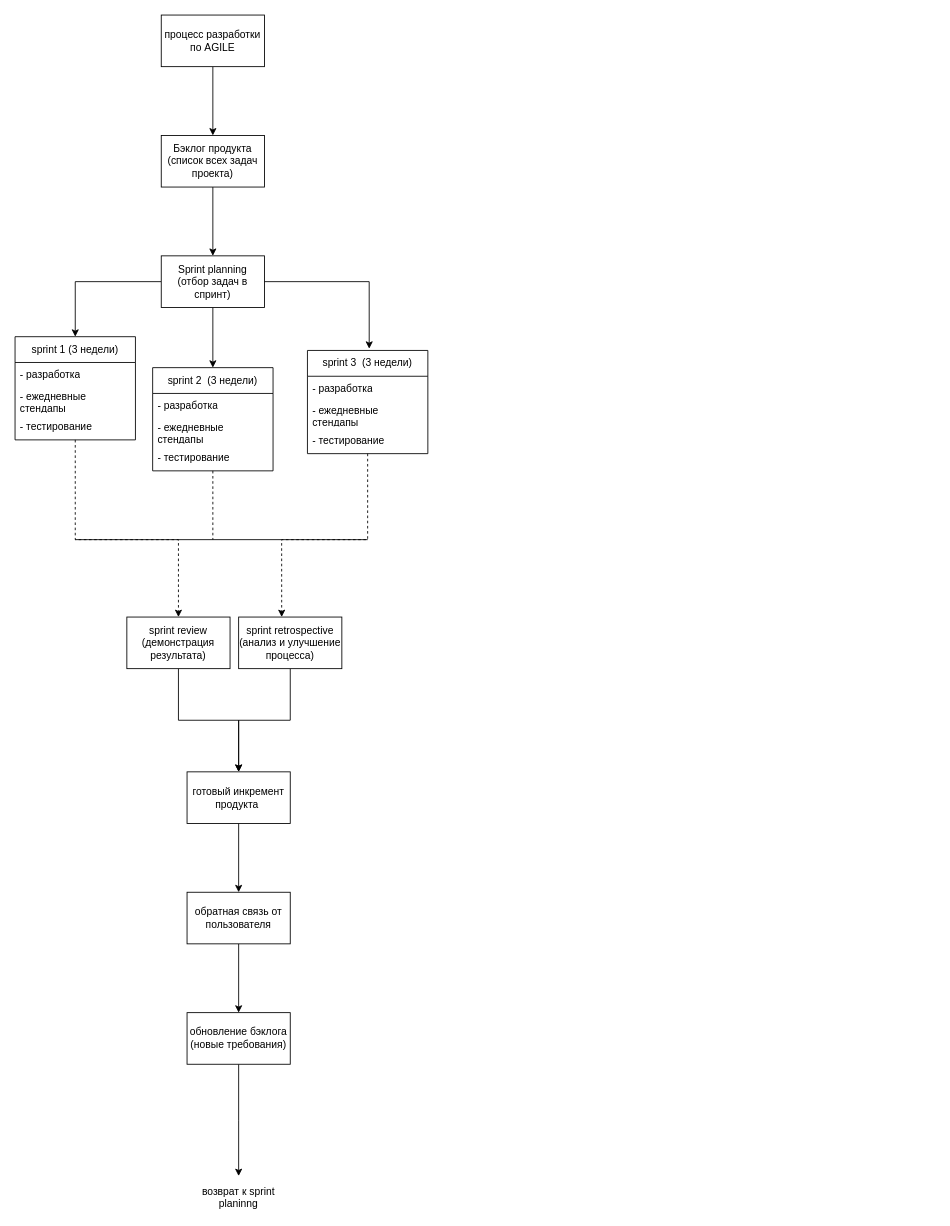
Above: page "Страница-1" (1 of 2) of практика AGILE.drawio in maska0/diagramm (draw.io), before the change. Source tidied: cells renumbered, new cells numbered last; positions are measured from the earlier drawing's top-left corner, leaving out a move shared by most shapes. Both pictures are drawn from the tidied source at 86%, with x=0, y=0 at pixel (15, 15).
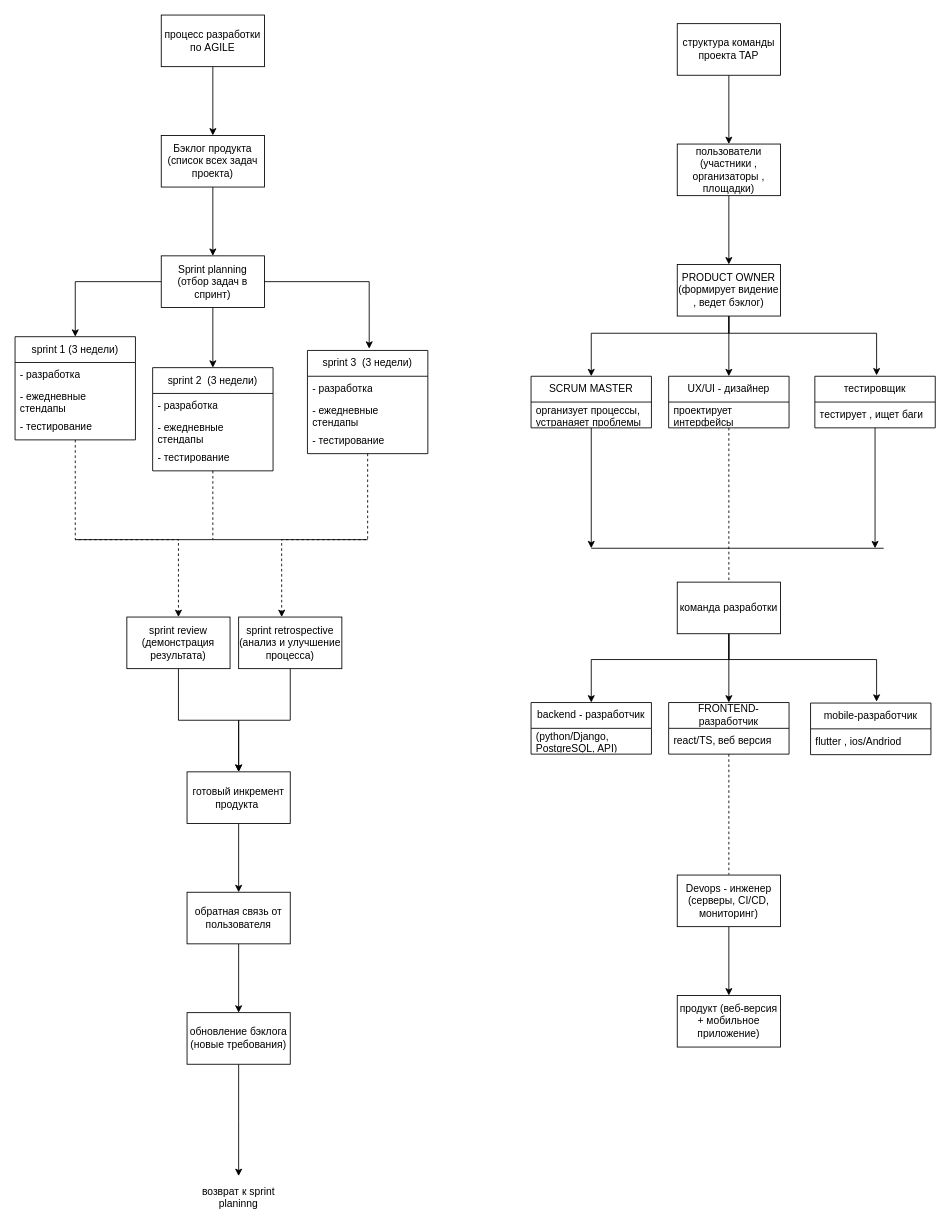
After the change.

Change to the diagram source:
```diff
@@
+    <mxCell id="37" style="edgeStyle=orthogonalEdgeStyle;rounded=0;jettySize=auto;html=1;" parent="1" edge="1" source="38" target="40">
+      <mxGeometry relative="1" as="geometry" />
+    </mxCell>
+    <mxCell id="38" value="cтруктура команды проекта TAP" style="rounded=0;whiteSpace=wrap;html=1;" parent="1" vertex="1">
+      <mxGeometry x="770" y="10" width="120" height="60" as="geometry" />
+    </mxCell>
+    <mxCell id="39" style="edgeStyle=orthogonalEdgeStyle;rounded=0;jettySize=auto;html=1;" parent="1" edge="1" source="40" target="43">
+      <mxGeometry relative="1" as="geometry" />
+    </mxCell>
+    <mxCell id="40" value="пользователи (участники , организаторы , площадки)" style="whiteSpace=wrap;html=1;rounded=0;" parent="1" vertex="1">
+      <mxGeometry x="770" y="150" width="120" height="60" as="geometry" />
+    </mxCell>
+    <mxCell id="41" style="edgeStyle=orthogonalEdgeStyle;rounded=0;jettySize=auto;html=1;" parent="1" edge="1" source="43" target="45">
+      <mxGeometry relative="1" as="geometry">
+        <Array as="points">
+          <mxPoint x="830" y="370" />
+          <mxPoint x="670" y="370" />
+        </Array>
+      </mxGeometry>
+    </mxCell>
+    <mxCell id="42" style="edgeStyle=orthogonalEdgeStyle;rounded=0;jettySize=auto;html=1;" parent="1" edge="1" source="43" target="48">
+      <mxGeometry relative="1" as="geometry" />
+    </mxCell>
+    <mxCell id="43" value="PRODUCT OWNER&lt;div&gt;(формирует видение , ведет бэклог)&lt;/div&gt;" style="whiteSpace=wrap;html=1;rounded=0;" parent="1" vertex="1">
+      <mxGeometry x="770" y="290" width="120" height="60" as="geometry" />
+    </mxCell>
+    <mxCell id="44" style="edgeStyle=orthogonalEdgeStyle;rounded=0;jettySize=auto;html=1;" parent="1" edge="1" source="45">
+      <mxGeometry relative="1" as="geometry">
+        <mxPoint x="670" y="620" as="targetPoint" />
+      </mxGeometry>
+    </mxCell>
+    <mxCell id="45" value="SCRUM MASTER" style="swimlane;fontStyle=0;horizontal=1;startSize=30;whiteSpace=wrap;html=1;" parent="1" vertex="1">
+      <mxGeometry x="600" y="420" width="140" height="60" as="geometry" />
+    </mxCell>
+    <mxCell id="46" value="организует процессы, устранаяет проблемы" style="text;strokeColor=none;fillColor=none;align=left;verticalAlign=middle;spacingLeft=4;spacingRight=4;overflow=hidden;whiteSpace=wrap;html=1;" parent="45" vertex="1">
+      <mxGeometry y="30" width="140" height="30" as="geometry" />
+    </mxCell>
+    <mxCell id="47" style="edgeStyle=orthogonalEdgeStyle;rounded=0;jettySize=auto;html=1;endArrow=none;endFill=0;dashed=1;" parent="1" edge="1" source="48">
+      <mxGeometry relative="1" as="geometry">
+        <mxPoint x="830" y="660" as="targetPoint" />
+      </mxGeometry>
+    </mxCell>
+    <mxCell id="48" value="UX/UI - дизайнер" style="swimlane;fontStyle=0;horizontal=1;startSize=30;whiteSpace=wrap;html=1;" parent="1" vertex="1">
+      <mxGeometry x="760" y="420" width="140" height="60" as="geometry" />
+    </mxCell>
+    <mxCell id="49" value="проектирует интерфейсы" style="text;strokeColor=none;fillColor=none;align=left;verticalAlign=middle;spacingLeft=4;spacingRight=4;overflow=hidden;whiteSpace=wrap;html=1;" parent="48" vertex="1">
+      <mxGeometry y="30" width="140" height="30" as="geometry" />
+    </mxCell>
+    <mxCell id="50" style="edgeStyle=orthogonalEdgeStyle;rounded=0;jettySize=auto;html=1;" parent="1" edge="1" source="51">
+      <mxGeometry relative="1" as="geometry">
+        <mxPoint x="1000" y="620" as="targetPoint" />
+      </mxGeometry>
+    </mxCell>
+    <mxCell id="51" value="тестировщик" style="swimlane;fontStyle=0;horizontal=1;startSize=30;whiteSpace=wrap;html=1;" parent="1" vertex="1">
+      <mxGeometry x="930" y="420" width="140" height="60" as="geometry" />
+    </mxCell>
+    <mxCell id="52" value="тестирует , ищет баги" style="text;strokeColor=none;fillColor=none;align=left;verticalAlign=middle;spacingLeft=4;spacingRight=4;overflow=hidden;whiteSpace=wrap;html=1;" parent="51" vertex="1">
+      <mxGeometry y="30" width="140" height="30" as="geometry" />
+    </mxCell>
+    <mxCell id="53" style="edgeStyle=orthogonalEdgeStyle;rounded=0;jettySize=auto;html=1;entryX=0.513;entryY=-0.017;entryDx=0;entryDy=0;entryPerimeter=0;" parent="1" edge="1" source="43" target="51">
+      <mxGeometry relative="1" as="geometry">
+        <Array as="points">
+          <mxPoint x="830" y="370" />
+          <mxPoint x="1002" y="370" />
+        </Array>
+      </mxGeometry>
+    </mxCell>
+    <mxCell id="54" style="endArrow=none;html=1;rounded=0;" parent="1" edge="1">
+      <mxGeometry relative="1" as="geometry">
+        <mxPoint x="670" y="620" as="sourcePoint" />
+        <mxPoint x="1010" y="620" as="targetPoint" />
+      </mxGeometry>
+    </mxCell>
+    <mxCell id="55" style="edgeStyle=orthogonalEdgeStyle;rounded=0;jettySize=auto;html=1;" parent="1" edge="1" source="57" target="58">
+      <mxGeometry relative="1" as="geometry">
+        <Array as="points">
+          <mxPoint x="830" y="749.4" />
+          <mxPoint x="670" y="749.4" />
+        </Array>
+      </mxGeometry>
+    </mxCell>
+    <mxCell id="56" style="edgeStyle=orthogonalEdgeStyle;rounded=0;jettySize=auto;html=1;" parent="1" edge="1" source="57" target="61">
+      <mxGeometry relative="1" as="geometry" />
+    </mxCell>
+    <mxCell id="57" value="команда разработки" style="whiteSpace=wrap;html=1;rounded=0;" parent="1" vertex="1">
+      <mxGeometry x="770" y="659.4" width="120" height="60" as="geometry" />
+    </mxCell>
+    <mxCell id="58" value="backend - разработчик" style="swimlane;fontStyle=0;horizontal=1;startSize=30;whiteSpace=wrap;html=1;" parent="1" vertex="1">
+      <mxGeometry x="600" y="799.4" width="140" height="60" as="geometry" />
+    </mxCell>
+    <mxCell id="59" value="(python/Django, PostgreSQL, API)" style="text;strokeColor=none;fillColor=none;align=left;verticalAlign=middle;spacingLeft=4;spacingRight=4;overflow=hidden;whiteSpace=wrap;html=1;" parent="58" vertex="1">
+      <mxGeometry y="30" width="140" height="30" as="geometry" />
+    </mxCell>
+    <mxCell id="60" style="edgeStyle=orthogonalEdgeStyle;rounded=0;jettySize=auto;html=1;endArrow=none;endFill=0;dashed=1;" parent="1" edge="1" source="61">
+      <mxGeometry relative="1" as="geometry">
+        <mxPoint x="830" y="999.4" as="targetPoint" />
+      </mxGeometry>
+    </mxCell>
+    <mxCell id="61" value="FRONTEND-разработчик" style="swimlane;fontStyle=0;horizontal=1;startSize=30;whiteSpace=wrap;html=1;" parent="1" vertex="1">
+      <mxGeometry x="760" y="799.4" width="140" height="60" as="geometry" />
+    </mxCell>
+    <mxCell id="62" value="react/TS, веб версия" style="text;strokeColor=none;fillColor=none;align=left;verticalAlign=middle;spacingLeft=4;spacingRight=4;overflow=hidden;whiteSpace=wrap;html=1;" parent="61" vertex="1">
+      <mxGeometry y="30" width="140" height="30" as="geometry" />
+    </mxCell>
+    <mxCell id="63" value="mobile-разработчик" style="swimlane;fontStyle=0;horizontal=1;startSize=30;whiteSpace=wrap;html=1;" parent="1" vertex="1">
+      <mxGeometry x="925" y="800" width="140" height="60" as="geometry" />
+    </mxCell>
+    <mxCell id="64" value="flutter , ios/Andriod" style="text;strokeColor=none;fillColor=none;align=left;verticalAlign=middle;spacingLeft=4;spacingRight=4;overflow=hidden;whiteSpace=wrap;html=1;" parent="63" vertex="1">
+      <mxGeometry y="30" width="140" height="30" as="geometry" />
+    </mxCell>
+    <mxCell id="65" style="edgeStyle=orthogonalEdgeStyle;rounded=0;jettySize=auto;html=1;entryX=0.513;entryY=-0.017;entryDx=0;entryDy=0;entryPerimeter=0;" parent="1" edge="1" source="57">
+      <mxGeometry relative="1" as="geometry">
+        <mxPoint x="1001.8" y="798.4" as="targetPoint" />
+        <Array as="points">
+          <mxPoint x="830" y="749.4" />
+          <mxPoint x="1002" y="749.4" />
+        </Array>
+      </mxGeometry>
+    </mxCell>
+    <mxCell id="66" style="edgeStyle=orthogonalEdgeStyle;rounded=0;jettySize=auto;html=1;" parent="1" edge="1" source="67" target="68">
+      <mxGeometry relative="1" as="geometry" />
+    </mxCell>
+    <mxCell id="67" value="Devops - инженер (серверы, CI/CD, мониторинг)" style="rounded=0;whiteSpace=wrap;html=1;" parent="1" vertex="1">
+      <mxGeometry x="770" y="1000" width="120" height="60" as="geometry" />
+    </mxCell>
+    <mxCell id="68" value="продукт (веб-версия + мобильное приложение)" style="whiteSpace=wrap;html=1;rounded=0;" parent="1" vertex="1">
+      <mxGeometry x="770" y="1140" width="120" height="60" as="geometry" />
+    </mxCell>
```
